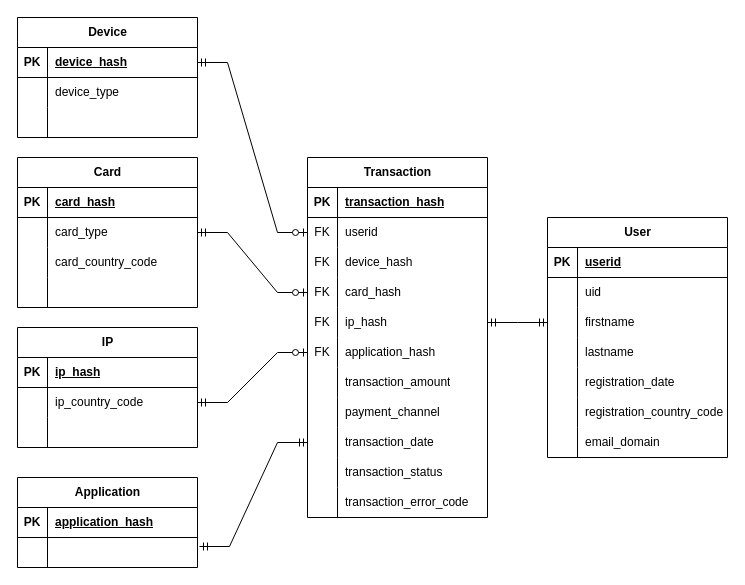
oislen/RandomDataGeneration keeps this draw.io diagram as doc/entity_relationship_diagram.drawio. Above is the earlier version. Source tidied: cells renumbered, new cells numbered last; positions are measured from the earlier drawing's top-left corner, leaving out a move shared by most shapes. Both pictures are drawn from the tidied source at 100%, with x=0, y=0 at pixel (17, 17).
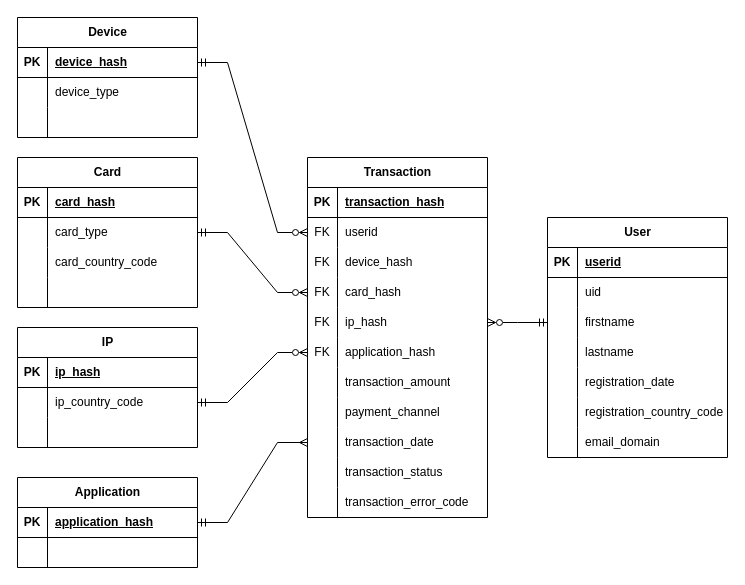
Above is the later version.

Unchanged cells that the change refers to:
```xml
<mxCell id="8" style="shape=tableRow;horizontal=0;startSize=0;swimlaneHead=0;swimlaneBody=0;fillColor=none;points=[[0,0.5],[1,0.5]];portConstraint=eastwest;top=0;left=0;right=0;bottom=1;" parent="7" vertex="1">
  <mxGeometry y="30" width="180" height="30" as="geometry" />
</mxCell>
<mxCell id="21" style="shape=tableRow;horizontal=0;startSize=0;swimlaneHead=0;swimlaneBody=0;fillColor=none;points=[[0,0.5],[1,0.5]];portConstraint=eastwest;top=0;left=0;right=0;bottom=0;" parent="17" vertex="1">
  <mxGeometry y="60" width="180" height="30" as="geometry" />
</mxCell>
<mxCell id="34" style="shape=tableRow;horizontal=0;startSize=0;swimlaneHead=0;swimlaneBody=0;fillColor=none;points=[[0,0.5],[1,0.5]];portConstraint=eastwest;top=0;left=0;right=0;bottom=0;" parent="30" vertex="1">
  <mxGeometry y="60" width="180" height="30" as="geometry" />
</mxCell>
<mxCell id="41" style="shape=tableRow;horizontal=0;startSize=0;swimlaneHead=0;swimlaneBody=0;fillColor=none;points=[[0,0.5],[1,0.5]];portConstraint=eastwest;top=0;left=0;right=0;bottom=1;" parent="40" vertex="1">
  <mxGeometry y="30" width="180" height="30" as="geometry" />
</mxCell>
<mxCell id="44" style="shape=tableRow;horizontal=0;startSize=0;swimlaneHead=0;swimlaneBody=0;fillColor=none;points=[[0,0.5],[1,0.5]];portConstraint=eastwest;top=0;left=0;right=0;bottom=0;" parent="40" vertex="1">
  <mxGeometry y="60" width="180" height="30" as="geometry" />
</mxCell>
<mxCell id="51" style="shape=tableRow;horizontal=0;startSize=0;swimlaneHead=0;swimlaneBody=0;fillColor=none;points=[[0,0.5],[1,0.5]];portConstraint=eastwest;top=0;left=0;right=0;bottom=0;" parent="47" vertex="1">
  <mxGeometry y="60" width="180" height="30" as="geometry" />
</mxCell>
<mxCell id="57" style="shape=tableRow;horizontal=0;startSize=0;swimlaneHead=0;swimlaneBody=0;fillColor=none;points=[[0,0.5],[1,0.5]];portConstraint=eastwest;top=0;left=0;right=0;bottom=0;" parent="47" vertex="1">
  <mxGeometry y="120" width="180" height="30" as="geometry" />
</mxCell>
<mxCell id="60" style="shape=tableRow;horizontal=0;startSize=0;swimlaneHead=0;swimlaneBody=0;fillColor=none;points=[[0,0.5],[1,0.5]];portConstraint=eastwest;top=0;left=0;right=0;bottom=0;" parent="47" vertex="1">
  <mxGeometry y="150" width="180" height="30" as="geometry" />
</mxCell>
<mxCell id="63" style="shape=tableRow;horizontal=0;startSize=0;swimlaneHead=0;swimlaneBody=0;fillColor=none;points=[[0,0.5],[1,0.5]];portConstraint=eastwest;top=0;left=0;right=0;bottom=0;" parent="47" vertex="1">
  <mxGeometry y="180" width="180" height="30" as="geometry" />
</mxCell>
<mxCell id="72" style="shape=tableRow;horizontal=0;startSize=0;swimlaneHead=0;swimlaneBody=0;fillColor=none;points=[[0,0.5],[1,0.5]];portConstraint=eastwest;top=0;left=0;right=0;bottom=0;" parent="47" vertex="1">
  <mxGeometry y="270" width="180" height="30" as="geometry" />
</mxCell>
<mxCell id="88" style="shape=tableRow;horizontal=0;startSize=0;swimlaneHead=0;swimlaneBody=0;fillColor=none;points=[[0,0.5],[1,0.5]];portConstraint=eastwest;top=0;left=0;right=0;bottom=0;" parent="81" vertex="1">
  <mxGeometry y="90" width="180" height="30" as="geometry" />
</mxCell>
```

Diff of the diagram source:
```diff
@@
-    <mxCell id="2" style="edgeStyle=entityRelationEdgeStyle;fontSize=12;html=1;endArrow=ERzeroToOne;startArrow=ERmandOne;rounded=0;exitX=1;exitY=0.5;exitDx=0;exitDy=0;entryX=0;entryY=0.5;entryDx=0;entryDy=0;" parent="1" edge="1" source="8" target="51">
+    <mxCell id="2" style="edgeStyle=entityRelationEdgeStyle;fontSize=12;html=1;endArrow=ERzeroToMany;startArrow=ERmandOne;rounded=0;exitX=1;exitY=0.5;exitDx=0;exitDy=0;entryX=0;entryY=0.5;entryDx=0;entryDy=0;endFill=0;" parent="1" edge="1" source="8" target="51">
       <mxGeometry relative="1" as="geometry" />
     </mxCell>
-    <mxCell id="3" style="edgeStyle=entityRelationEdgeStyle;fontSize=12;html=1;endArrow=ERzeroToOne;startArrow=ERmandOne;rounded=0;exitX=1;exitY=0.5;exitDx=0;exitDy=0;entryX=0;entryY=0.5;entryDx=0;entryDy=0;" parent="1" edge="1" source="21" target="57">
+    <mxCell id="3" style="edgeStyle=entityRelationEdgeStyle;fontSize=12;html=1;endArrow=ERzeroToMany;startArrow=ERmandOne;rounded=0;exitX=1;exitY=0.5;exitDx=0;exitDy=0;entryX=0;entryY=0.5;entryDx=0;entryDy=0;endFill=0;" parent="1" edge="1" source="21" target="57">
       <mxGeometry relative="1" as="geometry" />
     </mxCell>
-    <mxCell id="4" style="edgeStyle=entityRelationEdgeStyle;fontSize=12;html=1;endArrow=ERzeroToOne;startArrow=ERmandOne;rounded=0;exitX=1;exitY=0.5;exitDx=0;exitDy=0;entryX=0;entryY=0.5;entryDx=0;entryDy=0;" parent="1" edge="1" source="34" target="63">
+    <mxCell id="4" style="edgeStyle=entityRelationEdgeStyle;fontSize=12;html=1;endArrow=ERzeroToMany;startArrow=ERmandOne;rounded=0;exitX=1;exitY=0.5;exitDx=0;exitDy=0;entryX=0;entryY=0.5;entryDx=0;entryDy=0;endFill=0;" parent="1" edge="1" source="34" target="63">
       <mxGeometry relative="1" as="geometry" />
     </mxCell>
-    <mxCell id="5" style="edgeStyle=entityRelationEdgeStyle;fontSize=12;html=1;endArrow=ERmandOne;startArrow=ERmandOne;rounded=0;exitX=1.011;exitY=0.3;exitDx=0;exitDy=0;entryX=0;entryY=0.5;entryDx=0;entryDy=0;exitPerimeter=0;" parent="1" edge="1" source="44" target="72">
-      <mxGeometry relative="1" as="geometry" />
-    </mxCell>
-    <mxCell id="6" style="edgeStyle=entityRelationEdgeStyle;fontSize=12;html=1;endArrow=ERmandOne;startArrow=ERmandOne;rounded=0;exitX=1;exitY=0.5;exitDx=0;exitDy=0;entryX=0;entryY=0.5;entryDx=0;entryDy=0;" parent="1" edge="1" source="60" target="88">
+    <mxCell id="6" style="edgeStyle=entityRelationEdgeStyle;fontSize=12;html=1;endArrow=ERmandOne;startArrow=ERzeroToMany;rounded=0;exitX=1;exitY=0.5;exitDx=0;exitDy=0;entryX=0;entryY=0.5;entryDx=0;entryDy=0;startFill=0;" parent="1" edge="1" source="60" target="88">
       <mxGeometry relative="1" as="geometry" />
     </mxCell>
@@
+    <mxCell id="103" style="edgeStyle=entityRelationEdgeStyle;fontSize=12;html=1;endArrow=ERmany;startArrow=ERmandOne;rounded=0;exitX=1;exitY=0.5;exitDx=0;exitDy=0;entryX=0;entryY=0.5;entryDx=0;entryDy=0;endFill=0;" parent="1" edge="1" source="41" target="72">
+      <mxGeometry relative="1" as="geometry" />
+    </mxCell>
```
